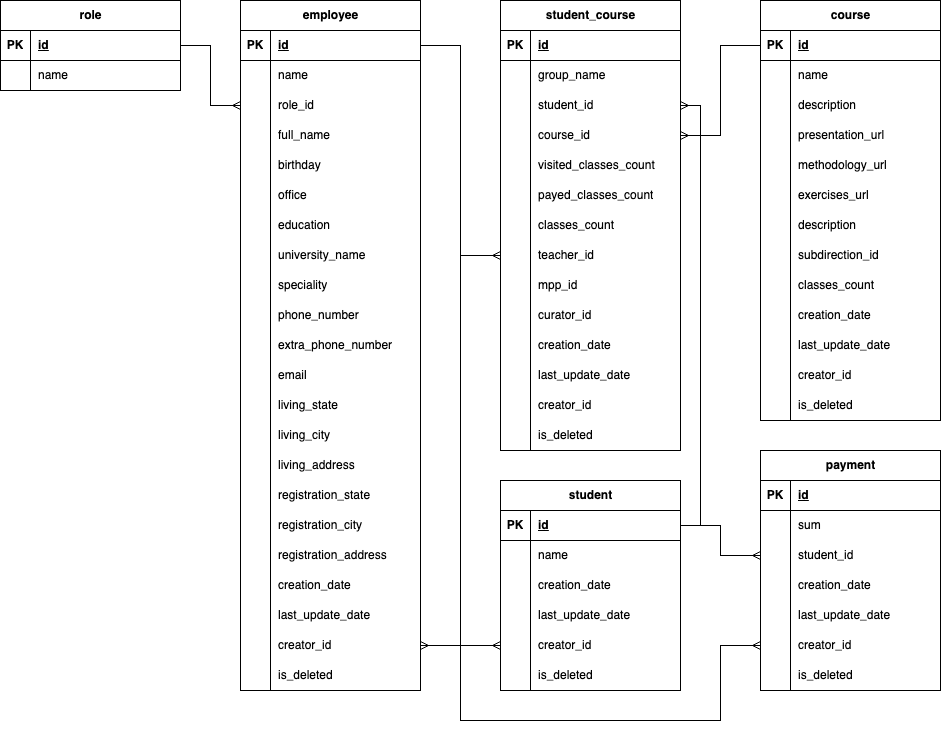
This is db/ER.png from BerezinYaroslav/ITera, a draw.io export, as it was before one commit. Source tidied: cells renumbered, new cells last; positions are measured from the earlier drawing's top-left corner, leaving out a move shared by most shapes.
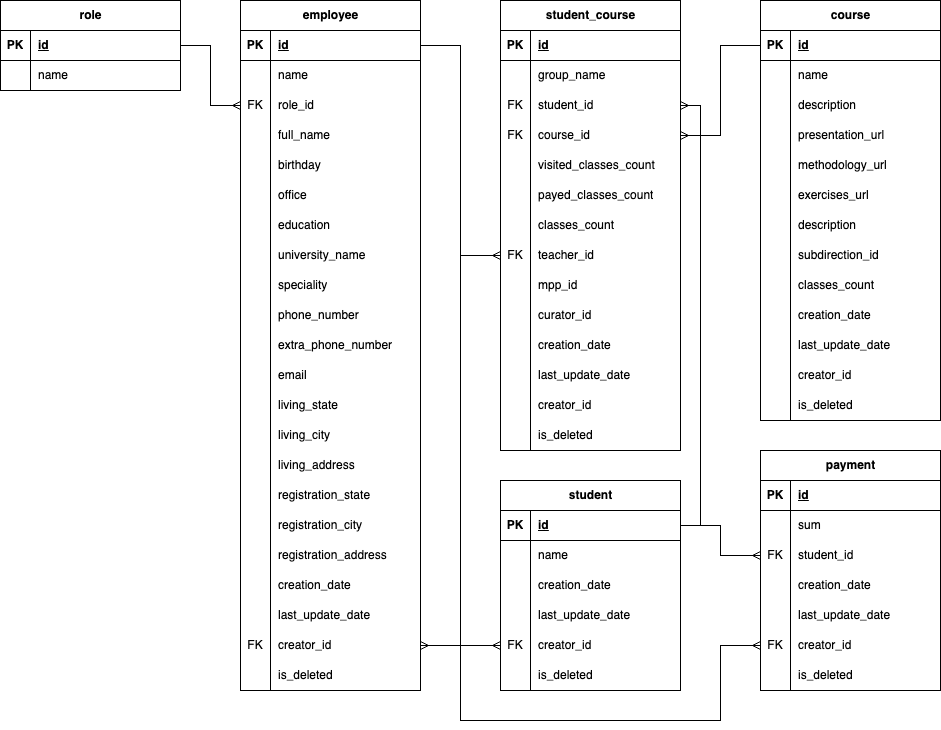
After the change.

Diff of the diagram source:
```diff
@@ -47,7 +47,7 @@
     <mxCell id="16" style="shape=tableRow;horizontal=0;startSize=0;swimlaneHead=0;swimlaneBody=0;fillColor=none;points=[[0,0.5],[1,0.5]];portConstraint=eastwest;top=0;left=0;right=0;bottom=0;" parent="9" vertex="1">
       <mxGeometry y="90" width="180" height="30" as="geometry" />
     </mxCell>
-    <mxCell id="17" style="shape=partialRectangle;fillColor=none;top=0;left=0;bottom=0;right=0;overflow=hidden;whiteSpace=wrap;html=1;" parent="16" vertex="1">
+    <mxCell id="17" value="FK" style="shape=partialRectangle;fillColor=none;top=0;left=0;bottom=0;right=0;overflow=hidden;whiteSpace=wrap;html=1;" parent="16" vertex="1">
       <mxGeometry width="30" height="30" as="geometry" />
     </mxCell>
     <mxCell id="18" value="role_id" style="shape=partialRectangle;fillColor=none;top=0;left=0;bottom=0;right=0;align=left;spacingLeft=6;overflow=hidden;whiteSpace=wrap;html=1;" parent="16" vertex="1">
@@ -209,7 +209,7 @@
     <mxCell id="70" style="shape=tableRow;horizontal=0;startSize=0;swimlaneHead=0;swimlaneBody=0;fillColor=none;points=[[0,0.5],[1,0.5]];portConstraint=eastwest;top=0;left=0;right=0;bottom=0;" parent="9" vertex="1">
       <mxGeometry y="630" width="180" height="30" as="geometry" />
     </mxCell>
-    <mxCell id="71" style="shape=partialRectangle;fillColor=none;top=0;left=0;bottom=0;right=0;overflow=hidden;whiteSpace=wrap;html=1;" parent="70" vertex="1">
+    <mxCell id="71" value="FK" style="shape=partialRectangle;fillColor=none;top=0;left=0;bottom=0;right=0;overflow=hidden;whiteSpace=wrap;html=1;" parent="70" vertex="1">
       <mxGeometry width="30" height="30" as="geometry" />
     </mxCell>
     <mxCell id="72" value="creator_id" style="shape=partialRectangle;fillColor=none;top=0;left=0;bottom=0;right=0;align=left;spacingLeft=6;overflow=hidden;whiteSpace=wrap;html=1;" parent="70" vertex="1">
@@ -386,7 +386,7 @@
     <mxCell id="129" style="shape=tableRow;horizontal=0;startSize=0;swimlaneHead=0;swimlaneBody=0;fillColor=none;points=[[0,0.5],[1,0.5]];portConstraint=eastwest;top=0;left=0;right=0;bottom=0;" parent="116" vertex="1">
       <mxGeometry y="150" width="180" height="30" as="geometry" />
     </mxCell>
-    <mxCell id="130" style="shape=partialRectangle;fillColor=none;top=0;left=0;bottom=0;right=0;overflow=hidden;whiteSpace=wrap;html=1;" parent="129" vertex="1">
+    <mxCell id="130" value="FK" style="shape=partialRectangle;fillColor=none;top=0;left=0;bottom=0;right=0;overflow=hidden;whiteSpace=wrap;html=1;" parent="129" vertex="1">
       <mxGeometry width="30" height="30" as="geometry" />
     </mxCell>
     <mxCell id="131" value="creator_id" style="shape=partialRectangle;fillColor=none;top=0;left=0;bottom=0;right=0;align=left;spacingLeft=6;overflow=hidden;whiteSpace=wrap;html=1;" parent="129" vertex="1">
@@ -425,7 +425,7 @@
     <mxCell id="142" style="shape=tableRow;horizontal=0;startSize=0;swimlaneHead=0;swimlaneBody=0;fillColor=none;points=[[0,0.5],[1,0.5]];portConstraint=eastwest;top=0;left=0;right=0;bottom=0;" parent="135" vertex="1">
       <mxGeometry y="90" width="180" height="30" as="geometry" />
     </mxCell>
-    <mxCell id="143" style="shape=partialRectangle;fillColor=none;top=0;left=0;bottom=0;right=0;overflow=hidden;whiteSpace=wrap;html=1;" parent="142" vertex="1">
+    <mxCell id="143" value="FK" style="shape=partialRectangle;fillColor=none;top=0;left=0;bottom=0;right=0;overflow=hidden;whiteSpace=wrap;html=1;" parent="142" vertex="1">
       <mxGeometry width="30" height="30" as="geometry" />
     </mxCell>
     <mxCell id="144" value="student_id" style="shape=partialRectangle;fillColor=none;top=0;left=0;bottom=0;right=0;align=left;spacingLeft=6;overflow=hidden;whiteSpace=wrap;html=1;" parent="142" vertex="1">
@@ -434,7 +434,7 @@
     <mxCell id="145" style="shape=tableRow;horizontal=0;startSize=0;swimlaneHead=0;swimlaneBody=0;fillColor=none;points=[[0,0.5],[1,0.5]];portConstraint=eastwest;top=0;left=0;right=0;bottom=0;" parent="135" vertex="1">
       <mxGeometry y="120" width="180" height="30" as="geometry" />
     </mxCell>
-    <mxCell id="146" style="shape=partialRectangle;fillColor=none;top=0;left=0;bottom=0;right=0;overflow=hidden;whiteSpace=wrap;html=1;" parent="145" vertex="1">
+    <mxCell id="146" value="FK" style="shape=partialRectangle;fillColor=none;top=0;left=0;bottom=0;right=0;overflow=hidden;whiteSpace=wrap;html=1;" parent="145" vertex="1">
       <mxGeometry width="30" height="30" as="geometry" />
     </mxCell>
     <mxCell id="147" value="course_id" style="shape=partialRectangle;fillColor=none;top=0;left=0;bottom=0;right=0;align=left;spacingLeft=6;overflow=hidden;whiteSpace=wrap;html=1;" parent="145" vertex="1">
@@ -470,7 +470,7 @@
     <mxCell id="157" style="shape=tableRow;horizontal=0;startSize=0;swimlaneHead=0;swimlaneBody=0;fillColor=none;points=[[0,0.5],[1,0.5]];portConstraint=eastwest;top=0;left=0;right=0;bottom=0;" parent="135" vertex="1">
       <mxGeometry y="240" width="180" height="30" as="geometry" />
     </mxCell>
-    <mxCell id="158" style="shape=partialRectangle;fillColor=none;top=0;left=0;bottom=0;right=0;overflow=hidden;whiteSpace=wrap;html=1;" parent="157" vertex="1">
+    <mxCell id="158" value="FK" style="shape=partialRectangle;fillColor=none;top=0;left=0;bottom=0;right=0;overflow=hidden;whiteSpace=wrap;html=1;" parent="157" vertex="1">
       <mxGeometry width="30" height="30" as="geometry" />
     </mxCell>
     <mxCell id="159" value="teacher_id" style="shape=partialRectangle;fillColor=none;top=0;left=0;bottom=0;right=0;align=left;spacingLeft=6;overflow=hidden;whiteSpace=wrap;html=1;" parent="157" vertex="1">
@@ -554,7 +554,7 @@
     <mxCell id="185" style="shape=tableRow;horizontal=0;startSize=0;swimlaneHead=0;swimlaneBody=0;fillColor=none;points=[[0,0.5],[1,0.5]];portConstraint=eastwest;top=0;left=0;right=0;bottom=0;" parent="178" vertex="1">
       <mxGeometry y="90" width="180" height="30" as="geometry" />
     </mxCell>
-    <mxCell id="186" style="shape=partialRectangle;fillColor=none;top=0;left=0;bottom=0;right=0;overflow=hidden;whiteSpace=wrap;html=1;" parent="185" vertex="1">
+    <mxCell id="186" value="FK" style="shape=partialRectangle;fillColor=none;top=0;left=0;bottom=0;right=0;overflow=hidden;whiteSpace=wrap;html=1;" parent="185" vertex="1">
       <mxGeometry width="30" height="30" as="geometry" />
     </mxCell>
     <mxCell id="187" value="student_id" style="shape=partialRectangle;fillColor=none;top=0;left=0;bottom=0;right=0;align=left;spacingLeft=6;overflow=hidden;whiteSpace=wrap;html=1;" parent="185" vertex="1">
@@ -581,7 +581,7 @@
     <mxCell id="194" style="shape=tableRow;horizontal=0;startSize=0;swimlaneHead=0;swimlaneBody=0;fillColor=none;points=[[0,0.5],[1,0.5]];portConstraint=eastwest;top=0;left=0;right=0;bottom=0;" parent="178" vertex="1">
       <mxGeometry y="180" width="180" height="30" as="geometry" />
     </mxCell>
-    <mxCell id="195" style="shape=partialRectangle;fillColor=none;top=0;left=0;bottom=0;right=0;overflow=hidden;whiteSpace=wrap;html=1;" parent="194" vertex="1">
+    <mxCell id="195" value="FK" style="shape=partialRectangle;fillColor=none;top=0;left=0;bottom=0;right=0;overflow=hidden;whiteSpace=wrap;html=1;" parent="194" vertex="1">
       <mxGeometry width="30" height="30" as="geometry" />
     </mxCell>
     <mxCell id="196" value="creator_id" style="shape=partialRectangle;fillColor=none;top=0;left=0;bottom=0;right=0;align=left;spacingLeft=6;overflow=hidden;whiteSpace=wrap;html=1;" parent="194" vertex="1">
```
